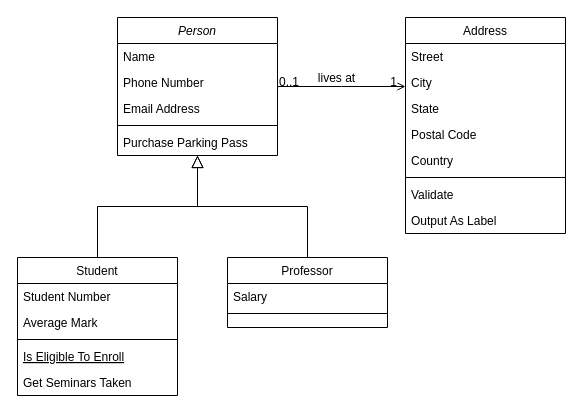
Earlier version of the draw.io diagram Diagramas/Diagrama sin título.drawio (dobarrofranco/FT-M2-Franco). Source tidied: cells renumbered, new cells numbered last; positions are measured from the earlier drawing's top-left corner, leaving out a move shared by most shapes. Both pictures are drawn from the tidied source at 100%, with x=0, y=0 at pixel (17, 17).
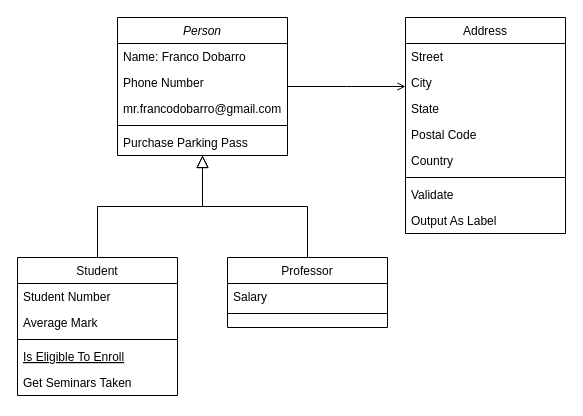
The same page after the edit.

Commit message:
Diagrama prueba

Unchanged cells that the change refers to:
```xml
<mxCell id="28" style="endArrow=open;shadow=0;strokeWidth=1;rounded=0;endFill=1;edgeStyle=elbowEdgeStyle;elbow=vertical;" parent="1" edge="1" source="2" target="19">
  <mxGeometry x="0.5" y="41" relative="1" as="geometry">
    <mxPoint x="-40" y="32" as="offset" />
  </mxGeometry>
</mxCell>
```

Diff of the diagram source:
```diff
@@
     <mxCell id="2" value="Person" style="swimlane;fontStyle=2;align=center;verticalAlign=top;horizontal=1;startSize=26;rounded=0;shadow=0;strokeWidth=1;" parent="1" vertex="1">
-      <mxGeometry x="100" width="160" height="138" as="geometry" />
+      <mxGeometry x="100" width="170" height="138" as="geometry" />
     </mxCell>
-    <mxCell id="3" value="Name" style="text;align=left;verticalAlign=top;spacingLeft=4;spacingRight=4;overflow=hidden;" parent="2" vertex="1">
-      <mxGeometry y="26" width="160" height="26" as="geometry" />
+    <mxCell id="3" value="Name: Franco Dobarro" style="text;align=left;verticalAlign=top;spacingLeft=4;spacingRight=4;overflow=hidden;" parent="2" vertex="1">
+      <mxGeometry y="26" width="170" height="26" as="geometry" />
     </mxCell>
     <mxCell id="4" value="Phone Number" style="text;align=left;verticalAlign=top;spacingLeft=4;spacingRight=4;overflow=hidden;rounded=0;shadow=0;html=0;" parent="2" vertex="1">
-      <mxGeometry y="52" width="160" height="26" as="geometry" />
+      <mxGeometry y="52" width="170" height="26" as="geometry" />
     </mxCell>
-    <mxCell id="5" value="Email Address" style="text;align=left;verticalAlign=top;spacingLeft=4;spacingRight=4;overflow=hidden;rounded=0;shadow=0;html=0;" parent="2" vertex="1">
-      <mxGeometry y="78" width="160" height="26" as="geometry" />
+    <mxCell id="5" value="mr.francodobarro@gmail.com" style="text;align=left;verticalAlign=top;spacingLeft=4;spacingRight=4;overflow=hidden;rounded=0;shadow=0;html=0;" parent="2" vertex="1">
+      <mxGeometry y="78" width="170" height="26" as="geometry" />
     </mxCell>
     <mxCell id="6" style="line;html=1;strokeWidth=1;align=left;verticalAlign=middle;spacingTop=-1;spacingLeft=3;spacingRight=3;labelPosition=right;" parent="2" vertex="1">
-      <mxGeometry y="104" width="160" height="8" as="geometry" />
+      <mxGeometry y="104" width="170" height="8" as="geometry" />
     </mxCell>
     <mxCell id="7" value="Purchase Parking Pass" style="text;align=left;verticalAlign=top;spacingLeft=4;spacingRight=4;overflow=hidden;" parent="2" vertex="1">
-      <mxGeometry y="112" width="160" height="26" as="geometry" />
+      <mxGeometry y="112" width="170" height="26" as="geometry" />
     </mxCell>
@@
-    <mxCell id="29" value="0..1" style="align=left;verticalAlign=bottom;labelBackgroundColor=none;fontSize=12;" parent="28" vertex="1">
-      <mxGeometry x="-1" relative="1" as="geometry">
-        <mxPoint y="4" as="offset" />
-      </mxGeometry>
-    </mxCell>
-    <mxCell id="30" value="1" style="align=right;verticalAlign=bottom;labelBackgroundColor=none;fontSize=12;" parent="28" vertex="1">
-      <mxGeometry x="1" relative="1" as="geometry">
-        <mxPoint x="-7" y="4" as="offset" />
-      </mxGeometry>
-    </mxCell>
-    <mxCell id="31" value="lives at" style="text;html=1;align=center;verticalAlign=middle;labelBackgroundColor=none;rounded=0;shadow=0;strokeWidth=1;fontSize=12;" parent="28" vertex="1">
-      <mxGeometry x="0.5" y="49" relative="1" as="geometry">
-        <mxPoint x="-38" y="40" as="offset" />
-      </mxGeometry>
-    </mxCell>
```
